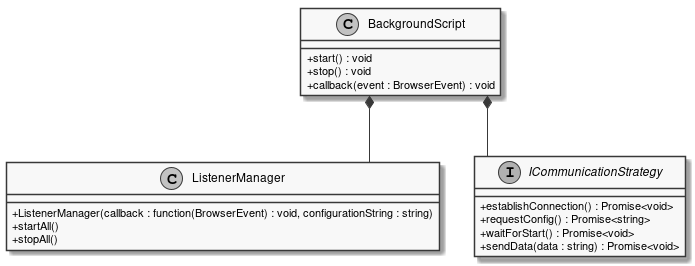
Earlier version of the PlantUML export documents/sd/resources/Classes/BrowserExtension/BackGround/BackGroundScript.png (insightmind/MORR).
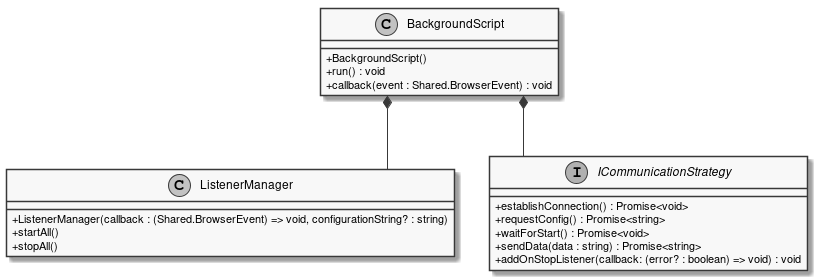
After the commit.

Diff of the diagram source:
```diff
@@ -3,21 +3,23 @@
 skinparam monochrome true
 skinparam classAttributeIconSize 0
 class BackgroundScript {
-    + start() : void
-    + stop() : void
-    + callback(event : BrowserEvent) : void
+    + BackgroundScript()
+    + run() : void
+    + callback(event : Shared.BrowserEvent) : void
 }
 
 class ListenerManager {
-    + ListenerManager(callback : function(BrowserEvent) : void, configurationString : string)
+    + ListenerManager(callback : (Shared.BrowserEvent) => void, configurationString? : string)
     + startAll()
     + stopAll()
 }
+
 interface ICommunicationStrategy {
     + establishConnection() : Promise<void>
     + requestConfig() : Promise<string>
     + waitForStart() : Promise<void>
-    + sendData(data : string) : Promise<void>
+    + sendData(data : string) : Promise<string>
+    + addOnStopListener(callback: (error? : boolean) => void) : void
 }
 
 BackgroundScript *-- ListenerManager
```
